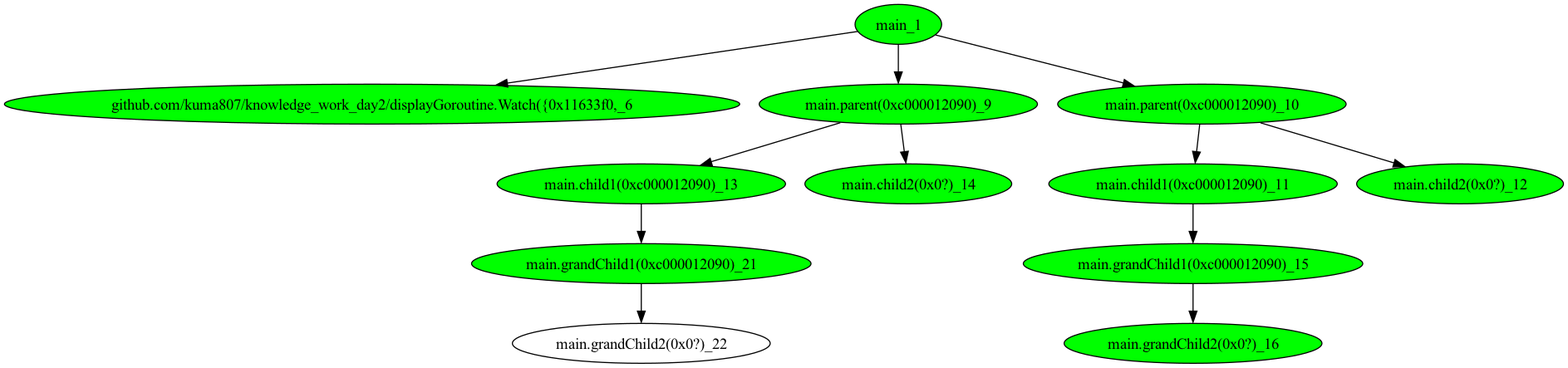
This is main_testGoroutine/tree_2.png from kuma807/knowledge_work_day2, a Graphviz export, as it was before one commit. Its source is kept beside it as main_testGoroutine/tree_2.dot.
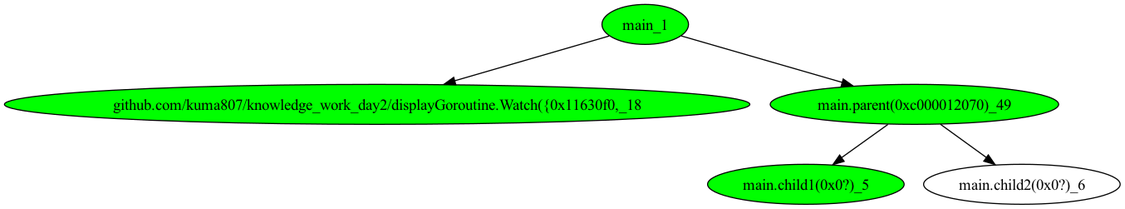
The same file after the commit.

Diff of the diagram source:
```diff
@@ -1,26 +1,12 @@
 digraph G {
-	"main_1"->"github.com/kuma807/knowledge_work_day2/displayGoroutine.Watch({0x11633f0,_6";
-	"main_1"->"main.parent(0xc000012090)_9";
-	"main_1"->"main.parent(0xc000012090)_10";
-	"main.parent(0xc000012090)_10"->"main.child1(0xc000012090)_11";
-	"main.parent(0xc000012090)_10"->"main.child2(0x0?)_12";
-	"main.parent(0xc000012090)_9"->"main.child1(0xc000012090)_13";
-	"main.parent(0xc000012090)_9"->"main.child2(0x0?)_14";
-	"main.child1(0xc000012090)_11"->"main.grandChild1(0xc000012090)_15";
-	"main.grandChild1(0xc000012090)_15"->"main.grandChild2(0x0?)_16";
-	"main.child1(0xc000012090)_13"->"main.grandChild1(0xc000012090)_21";
-	"main.grandChild1(0xc000012090)_21"->"main.grandChild2(0x0?)_22";
-	"github.com/kuma807/knowledge_work_day2/displayGoroutine.Watch({0x11633f0,_6" [ fillcolor="#00FF00", style="solid,filled" ];
-	"main.child1(0xc000012090)_11" [ fillcolor="#00FF00", style="solid,filled" ];
-	"main.child1(0xc000012090)_13" [ fillcolor="#00FF00", style="solid,filled" ];
-	"main.child2(0x0?)_12" [ fillcolor="#00FF00", style="solid,filled" ];
-	"main.child2(0x0?)_14" [ fillcolor="#00FF00", style="solid,filled" ];
-	"main.grandChild1(0xc000012090)_15" [ fillcolor="#00FF00", style="solid,filled" ];
-	"main.grandChild1(0xc000012090)_21" [ fillcolor="#00FF00", style="solid,filled" ];
-	"main.grandChild2(0x0?)_16" [ fillcolor="#00FF00", style="solid,filled" ];
-	"main.grandChild2(0x0?)_22";
-	"main.parent(0xc000012090)_10" [ fillcolor="#00FF00", style="solid,filled" ];
-	"main.parent(0xc000012090)_9" [ fillcolor="#00FF00", style="solid,filled" ];
+	"main_1"->"github.com/kuma807/knowledge_work_day2/displayGoroutine.Watch({0x11630f0,_18";
+	"main_1"->"main.parent(0xc000012070)_49";
+	"main.parent(0xc000012070)_49"->"main.child1(0x0?)_5";
+	"main.parent(0xc000012070)_49"->"main.child2(0x0?)_6";
+	"github.com/kuma807/knowledge_work_day2/displayGoroutine.Watch({0x11630f0,_18" [ fillcolor="#00FF00", style="solid,filled" ];
+	"main.child1(0x0?)_5" [ fillcolor="#00FF00", style="solid,filled" ];
+	"main.child2(0x0?)_6";
+	"main.parent(0xc000012070)_49" [ fillcolor="#00FF00", style="solid,filled" ];
 	"main_1" [ fillcolor="#00FF00", style="solid,filled" ];
 
 }
```
